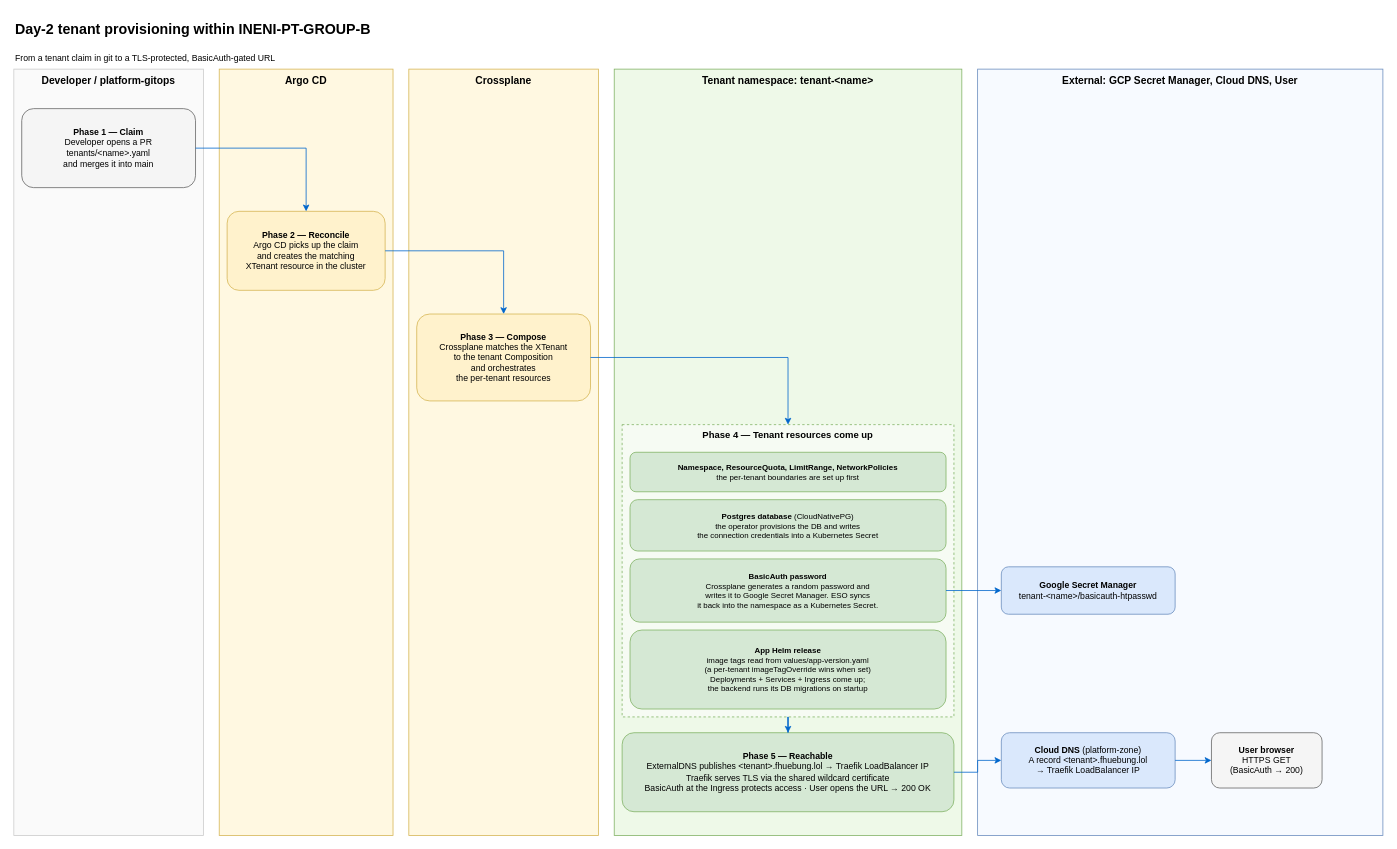
This is docs/architecture/day2-tenant-provisioning.drawio from INENI-PT-GROUP-B/platform, a draw.io file, before an edit. Source tidied: cells renumbered, new cells numbered last; positions are measured from the earlier drawing's top-left corner, leaving out a move shared by most shapes. Both pictures are drawn from the tidied source at 79%, with x=0, y=0 at pixel (13, 13).
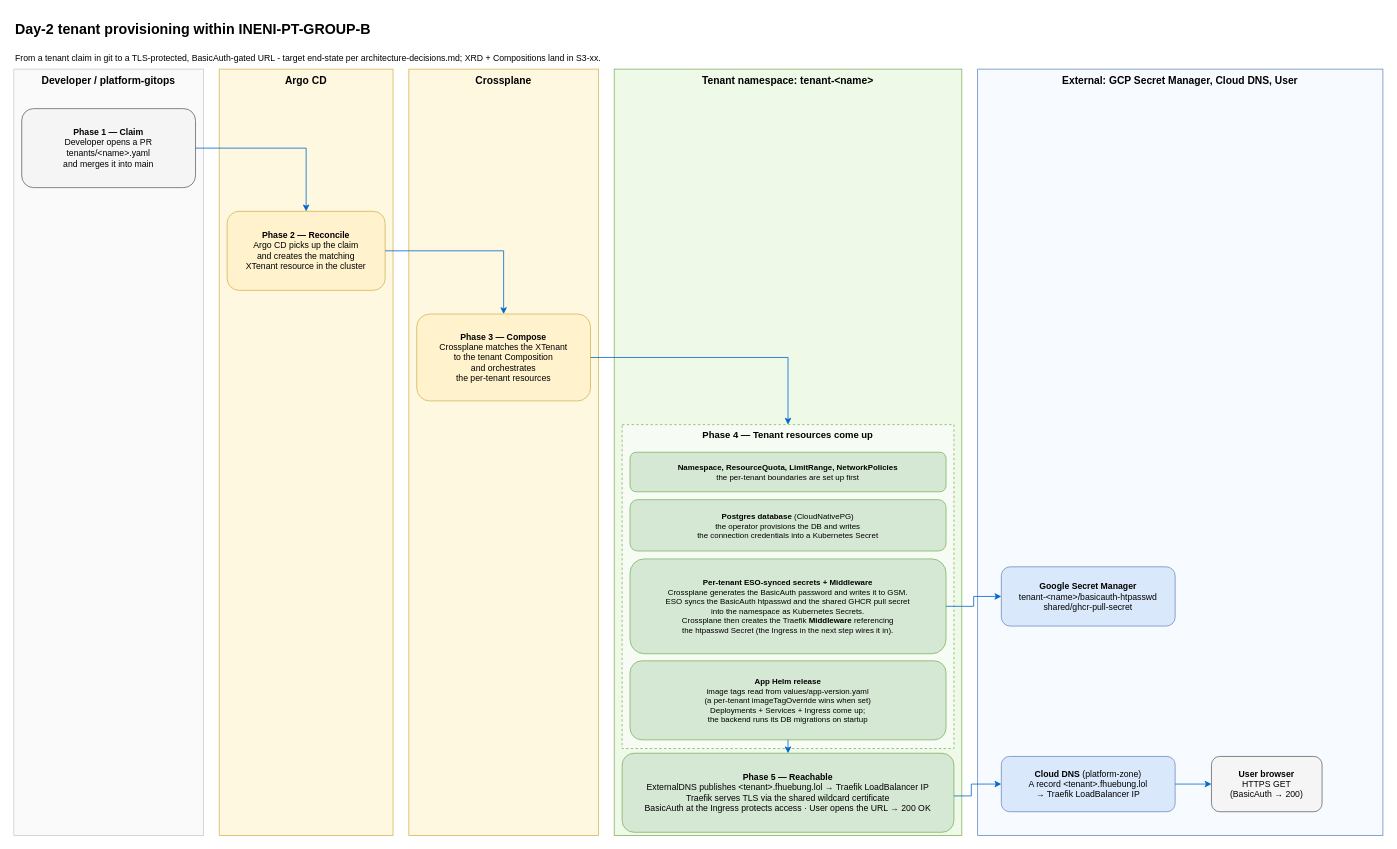
After the change.

Commit message (it also covers changes not shown here):
docs(architecture): address review on Day-1 and Day-2 diagrams

Diff of the diagram source:
```diff
@@
-    <mxCell id="3" value="&lt;span style=&quot;font-style: normal;&quot;&gt;From a tenant claim in git to a TLS-protected, BasicAuth-gated URL&lt;/span&gt;" style="text;html=1;align=left;verticalAlign=middle;fontSize=11;fontStyle=2;" parent="1" vertex="1">
+    <mxCell id="3" value="&lt;span style=&quot;font-style: normal;&quot;&gt;From a tenant claim in git to a TLS-protected, BasicAuth-gated URL - target end-state per architecture-decisions.md; XRD + Compositions land in S3-xx.&lt;/span&gt;" style="text;html=1;align=left;verticalAlign=middle;fontSize=11;fontStyle=2;" parent="1" vertex="1">
       <mxGeometry y="46" width="1300" height="20" as="geometry" />
     </mxCell>
@@
     <mxCell id="12" value="Phase 4 — Tenant resources come up" style="rounded=0;whiteSpace=wrap;html=1;verticalAlign=top;fontStyle=1;fontSize=12;fillColor=#f6fbf3;strokeColor=#82b366;dashed=1;" parent="1" vertex="1">
-      <mxGeometry x="770" y="520" width="420" height="370" as="geometry" />
+      <mxGeometry x="770" y="520" width="420" height="410" as="geometry" />
     </mxCell>
@@
-    <mxCell id="15" value="&lt;b&gt;BasicAuth password&lt;/b&gt;&lt;br&gt;Crossplane generates a random password and&lt;br&gt;writes it to Google Secret Manager. ESO syncs&lt;br&gt;it back into the namespace as a Kubernetes Secret." style="rounded=1;whiteSpace=wrap;html=1;fontSize=10;fillColor=#d5e8d4;strokeColor=#82b366;dashed=0;verticalAlign=middle;align=center;" parent="1" vertex="1">
-      <mxGeometry x="780" y="690" width="400" height="80" as="geometry" />
+    <mxCell id="15" value="&lt;b&gt;Per-tenant ESO-synced secrets + Middleware&lt;/b&gt;&lt;br&gt;Crossplane generates the BasicAuth password and writes it to GSM.&lt;br&gt;ESO syncs the BasicAuth htpasswd and the shared GHCR pull secret&lt;br&gt;into the namespace as Kubernetes Secrets.&lt;br&gt;Crossplane then creates the Traefik &lt;b&gt;Middleware&lt;/b&gt; referencing&lt;br&gt;the htpasswd Secret (the Ingress in the next step wires it in)." style="rounded=1;whiteSpace=wrap;html=1;fontSize=10;fillColor=#d5e8d4;strokeColor=#82b366;dashed=0;verticalAlign=middle;align=center;" parent="1" vertex="1">
+      <mxGeometry x="780" y="690" width="400" height="120" as="geometry" />
     </mxCell>
     <mxCell id="16" value="&lt;b&gt;App Helm release&lt;/b&gt;&lt;br&gt;image tags read from values/app-version.yaml&lt;br&gt;(a per-tenant imageTagOverride wins when set)&lt;br&gt;Deployments + Services + Ingress come up;&lt;br&gt;the backend runs its DB migrations on startup" style="rounded=1;whiteSpace=wrap;html=1;fontSize=10;fillColor=#d5e8d4;strokeColor=#82b366;dashed=0;verticalAlign=middle;align=center;" parent="1" vertex="1">
-      <mxGeometry x="780" y="780" width="400" height="100" as="geometry" />
+      <mxGeometry x="780" y="819" width="400" height="100" as="geometry" />
     </mxCell>
     <mxCell id="17" value="&lt;b&gt;Phase 5 — Reachable&lt;/b&gt;&lt;br&gt;ExternalDNS publishes &amp;lt;tenant&amp;gt;.fhuebung.lol → Traefik LoadBalancer IP&lt;br&gt;Traefik serves TLS via the shared wildcard certificate&lt;br&gt;BasicAuth at the Ingress protects access · User opens the URL → 200 OK" style="rounded=1;whiteSpace=wrap;html=1;fontSize=11;fillColor=#d5e8d4;strokeColor=#82b366;dashed=0;verticalAlign=middle;align=center;" parent="1" vertex="1">
-      <mxGeometry x="770" y="910" width="420" height="100" as="geometry" />
+      <mxGeometry x="770" y="936" width="420" height="100" as="geometry" />
     </mxCell>
-    <mxCell id="18" value="&lt;b&gt;Google Secret Manager&lt;/b&gt;&lt;br&gt;tenant-&amp;lt;name&amp;gt;/basicauth-htpasswd" style="rounded=1;whiteSpace=wrap;html=1;fontSize=11;fillColor=#dae8fc;strokeColor=#6c8ebf;dashed=0;verticalAlign=middle;align=center;" parent="1" vertex="1">
-      <mxGeometry x="1250" y="700" width="220" height="60" as="geometry" />
+    <mxCell id="18" value="&lt;b&gt;Google Secret Manager&lt;/b&gt;&lt;br&gt;tenant-&amp;lt;name&amp;gt;/basicauth-htpasswd&lt;br&gt;shared/ghcr-pull-secret" style="rounded=1;whiteSpace=wrap;html=1;fontSize=11;fillColor=#dae8fc;strokeColor=#6c8ebf;dashed=0;verticalAlign=middle;align=center;" parent="1" vertex="1">
+      <mxGeometry x="1250" y="700" width="220" height="75" as="geometry" />
     </mxCell>
     <mxCell id="19" value="&lt;b&gt;Cloud DNS&lt;/b&gt; (platform-zone)&lt;br&gt;A record &amp;lt;tenant&amp;gt;.fhuebung.lol&lt;br&gt;→ Traefik LoadBalancer IP" style="rounded=1;whiteSpace=wrap;html=1;fontSize=11;fillColor=#dae8fc;strokeColor=#6c8ebf;dashed=0;verticalAlign=middle;align=center;" parent="1" vertex="1">
-      <mxGeometry x="1250" y="910" width="220" height="70" as="geometry" />
+      <mxGeometry x="1250" y="940" width="220" height="70" as="geometry" />
     </mxCell>
     <mxCell id="20" value="&lt;b&gt;User browser&lt;/b&gt;&lt;br&gt;HTTPS GET&lt;br&gt;(BasicAuth → 200)" style="rounded=1;whiteSpace=wrap;html=1;fontSize=11;fillColor=#f5f5f5;strokeColor=#666666;dashed=0;verticalAlign=middle;align=center;" parent="1" vertex="1">
-      <mxGeometry x="1516" y="910" width="140" height="70" as="geometry" />
+      <mxGeometry x="1516" y="940" width="140" height="70" as="geometry" />
     </mxCell>
@@
-    <mxCell id="24" style="edgeStyle=orthogonalEdgeStyle;rounded=0;jettySize=auto;html=1;endArrow=classic;strokeColor=#0066cc;" parent="1" edge="1" source="12" target="17">
-      <mxGeometry relative="1" as="geometry" />
+    <mxCell id="24" style="edgeStyle=orthogonalEdgeStyle;rounded=0;jettySize=auto;html=1;endArrow=classic;strokeColor=#0066cc;exitX=0.5;exitY=1;exitDx=0;exitDy=0;" parent="1" edge="1" source="16">
+      <mxGeometry relative="1" as="geometry">
+        <mxPoint x="980" y="936" as="targetPoint" />
+        <Array as="points">
+          <mxPoint x="980" y="936" />
+          <mxPoint x="980" y="936" />
+        </Array>
+      </mxGeometry>
     </mxCell>
@@
     <mxCell id="26" style="edgeStyle=orthogonalEdgeStyle;rounded=0;jettySize=auto;html=1;endArrow=classic;strokeColor=#0066cc;entryX=0;entryY=0.5;entryDx=0;entryDy=0;" parent="1" edge="1" source="17" target="19">
-      <mxGeometry relative="1" as="geometry" />
+      <mxGeometry relative="1" as="geometry">
+        <Array as="points">
+          <mxPoint x="1212" y="990" />
+          <mxPoint x="1212" y="975" />
+        </Array>
+      </mxGeometry>
     </mxCell>
```
